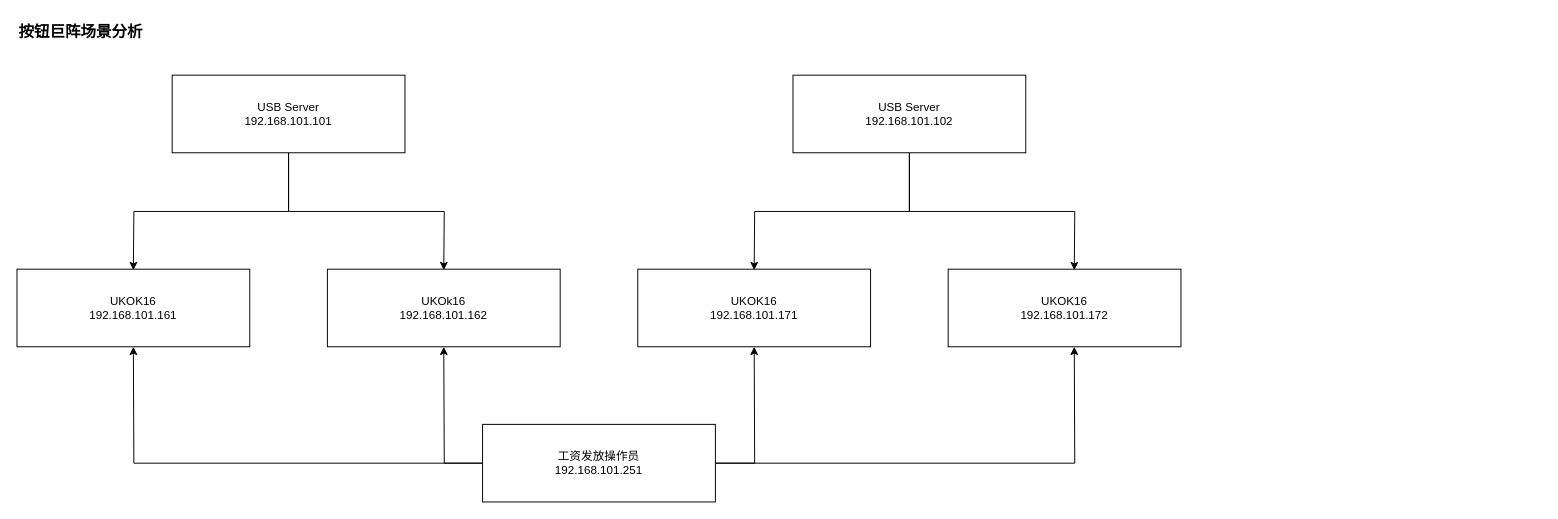
Above: src/main/work/cdjh/20230821140700.drawio in ab-doc/draw.io (draw.io), before the change. Source tidied: cells renumbered, new cells numbered last; positions are measured from the earlier drawing's top-left corner, leaving out a move shared by most shapes. Both pictures are drawn from the tidied source at 97%, with x=0, y=0 at pixel (16, 16).
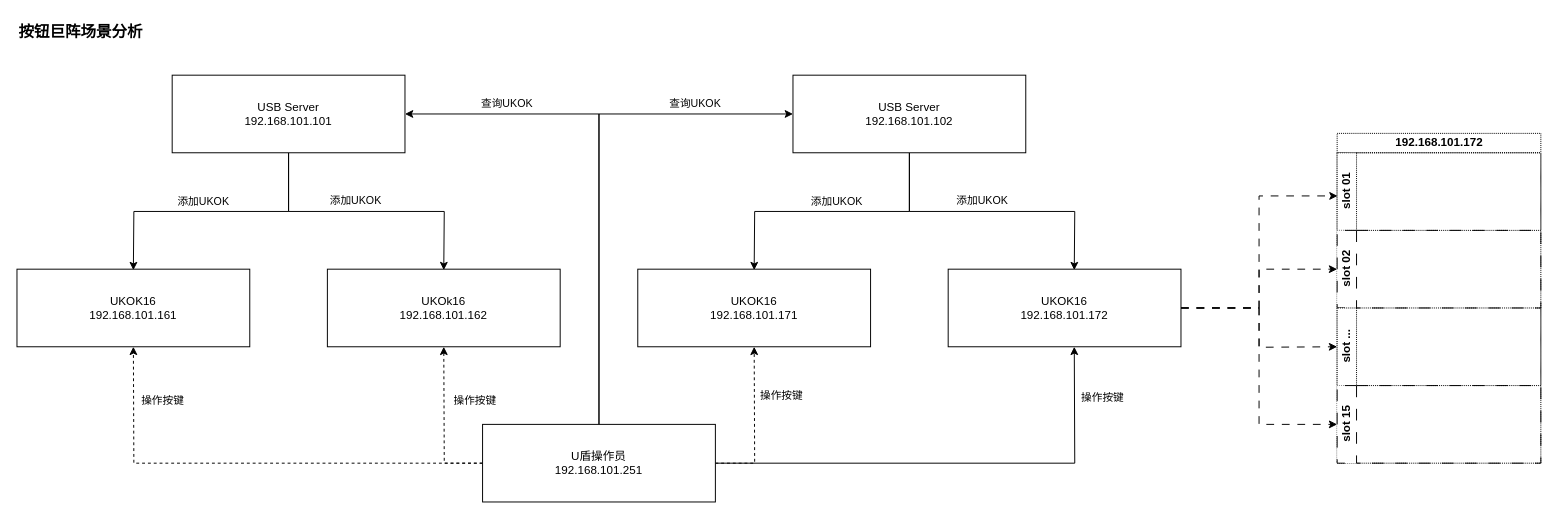
After the change.

The change refers to these unchanged cells:
```xml
<mxCell id="5" style="edgeStyle=orthogonalEdgeStyle;rounded=0;jettySize=auto;html=1;exitX=0.5;exitY=1;exitDx=0;exitDy=0;" parent="1" edge="1" source="7">
  <mxGeometry relative="1" as="geometry">
    <mxPoint x="120" y="261" as="targetPoint" />
  </mxGeometry>
</mxCell>
<mxCell id="7" value="USB Server&lt;br&gt;192.168.101.101" style="rounded=0;whiteSpace=wrap;html=1;" parent="1" vertex="1">
  <mxGeometry x="160" y="60" width="240" height="80" as="geometry" />
</mxCell>
<mxCell id="11" style="edgeStyle=orthogonalEdgeStyle;rounded=0;jettySize=auto;html=1;" parent="1" edge="1" source="12">
  <mxGeometry relative="1" as="geometry">
    <mxPoint x="1090" y="340" as="targetPoint" />
  </mxGeometry>
</mxCell>
<mxCell id="13" style="edgeStyle=orthogonalEdgeStyle;rounded=0;jettySize=auto;html=1;exitX=0.5;exitY=1;exitDx=0;exitDy=0;" parent="1" edge="1" source="15">
  <mxGeometry relative="1" as="geometry">
    <mxPoint x="1090" y="261" as="targetPoint" />
  </mxGeometry>
</mxCell>
<mxCell id="14" style="edgeStyle=orthogonalEdgeStyle;rounded=0;jettySize=auto;html=1;exitX=0.5;exitY=1;exitDx=0;exitDy=0;" parent="1" edge="1" source="15">
  <mxGeometry relative="1" as="geometry">
    <mxPoint x="760" y="261" as="targetPoint" />
  </mxGeometry>
</mxCell>
<mxCell id="16" value="UKOK16&lt;br&gt;192.168.101.172" style="rounded=0;whiteSpace=wrap;html=1;" parent="1" vertex="1">
  <mxGeometry x="960" y="260" width="240" height="80" as="geometry" />
</mxCell>
```

The edit, as a diff of the source:
```diff
@@
+    <mxCell id="18" value="添加UKOK" style="edgeLabel;html=1;align=center;verticalAlign=middle;" parent="5" vertex="1">
+      <mxGeometry x="0.06" relative="1" as="geometry">
+        <mxPoint y="-11" as="offset" />
+      </mxGeometry>
+    </mxCell>
-    <mxCell id="6" style="edgeStyle=orthogonalEdgeStyle;rounded=0;jettySize=auto;html=1;exitX=0.5;exitY=1;exitDx=0;exitDy=0;" parent="1" edge="1" source="7">
+    <mxCell id="6" style="edgeStyle=orthogonalEdgeStyle;rounded=0;jettySize=auto;html=1;exitX=0.5;exitY=1;exitDx=0;exitDy=0;strokeColor=#000000;" parent="1" edge="1" source="7">
       <mxGeometry relative="1" as="geometry">
         <mxPoint x="440" y="261" as="targetPoint" />
       </mxGeometry>
     </mxCell>
+    <mxCell id="19" value="添加UKOK" style="edgeLabel;html=1;align=center;verticalAlign=middle;" parent="6" vertex="1">
+      <mxGeometry x="-0.08" y="-2" relative="1" as="geometry">
+        <mxPoint y="-14" as="offset" />
+      </mxGeometry>
+    </mxCell>
@@
-    <mxCell id="8" style="edgeStyle=orthogonalEdgeStyle;rounded=0;jettySize=auto;html=1;" parent="1" edge="1" source="12">
+    <mxCell id="8" style="edgeStyle=orthogonalEdgeStyle;rounded=0;jettySize=auto;html=1;dashed=1;" parent="1" edge="1" source="12">
       <mxGeometry relative="1" as="geometry">
         <mxPoint x="120" y="340" as="targetPoint" />
       </mxGeometry>
     </mxCell>
+    <mxCell id="20" value="操作按键" style="edgeLabel;html=1;align=center;verticalAlign=middle;" parent="8" vertex="1">
+      <mxGeometry x="0.77" relative="1" as="geometry">
+        <mxPoint x="29" as="offset" />
+      </mxGeometry>
+    </mxCell>
-    <mxCell id="9" style="edgeStyle=orthogonalEdgeStyle;rounded=0;jettySize=auto;html=1;" parent="1" edge="1" source="12">
+    <mxCell id="9" style="edgeStyle=orthogonalEdgeStyle;rounded=0;jettySize=auto;html=1;dashed=1;" parent="1" edge="1" source="12">
       <mxGeometry relative="1" as="geometry">
         <mxPoint x="440" y="340" as="targetPoint" />
       </mxGeometry>
     </mxCell>
+    <mxCell id="21" value="操作按键" style="edgeLabel;html=1;align=center;verticalAlign=middle;" parent="9" vertex="1">
+      <mxGeometry x="0.39" y="1" relative="1" as="geometry">
+        <mxPoint x="32" y="6" as="offset" />
+      </mxGeometry>
+    </mxCell>
-    <mxCell id="10" style="edgeStyle=orthogonalEdgeStyle;rounded=0;jettySize=auto;html=1;" parent="1" edge="1" source="12">
+    <mxCell id="10" style="edgeStyle=orthogonalEdgeStyle;rounded=0;jettySize=auto;html=1;dashed=1;" parent="1" edge="1" source="12">
       <mxGeometry relative="1" as="geometry">
         <mxPoint x="760" y="340" as="targetPoint" />
       </mxGeometry>
     </mxCell>
+    <mxCell id="22" value="操作按键" style="edgeLabel;html=1;align=center;verticalAlign=middle;" parent="10" vertex="1">
+      <mxGeometry x="0.49" y="-2" relative="1" as="geometry">
+        <mxPoint x="25" y="9" as="offset" />
+      </mxGeometry>
+    </mxCell>
@@
+    <mxCell id="23" value="操作按键" style="edgeLabel;html=1;align=center;verticalAlign=middle;" parent="11" vertex="1">
+      <mxGeometry x="0.79" y="-3" relative="1" as="geometry">
+        <mxPoint x="25" as="offset" />
+      </mxGeometry>
+    </mxCell>
+    <mxCell id="24" style="edgeStyle=orthogonalEdgeStyle;rounded=0;jettySize=auto;html=1;entryX=1;entryY=0.5;entryDx=0;entryDy=0;" parent="1" edge="1" source="12">
+      <mxGeometry relative="1" as="geometry">
+        <mxPoint x="400" y="100" as="targetPoint" />
+        <Array as="points">
+          <mxPoint x="600" y="100" />
+        </Array>
+      </mxGeometry>
+    </mxCell>
+    <mxCell id="25" value="查询UKOK" style="edgeLabel;html=1;align=center;verticalAlign=middle;" parent="24" vertex="1">
+      <mxGeometry x="0.6" y="2" relative="1" as="geometry">
+        <mxPoint y="-14" as="offset" />
+      </mxGeometry>
+    </mxCell>
+    <mxCell id="26" style="edgeStyle=orthogonalEdgeStyle;rounded=0;orthogonalLoop=1;jettySize=auto;html=1;entryX=0;entryY=0.5;entryDx=0;entryDy=0;" parent="1" edge="1">
+      <mxGeometry relative="1" as="geometry">
+        <mxPoint x="600" y="421" as="sourcePoint" />
+        <mxPoint x="800" y="100" as="targetPoint" />
+        <Array as="points">
+          <mxPoint x="600" y="100" />
+        </Array>
+      </mxGeometry>
+    </mxCell>
+    <mxCell id="27" value="查询UKOK" style="edgeLabel;html=1;align=center;verticalAlign=middle;" parent="26" vertex="1">
+      <mxGeometry x="0.61" relative="1" as="geometry">
+        <mxPoint y="-12" as="offset" />
+      </mxGeometry>
+    </mxCell>
-    <mxCell id="12" value="工资发放操作员&lt;br&gt;192.168.101.251" style="rounded=0;whiteSpace=wrap;html=1;" parent="1" vertex="1">
+    <mxCell id="12" value="U盾操作员&lt;br&gt;192.168.101.251" style="rounded=0;whiteSpace=wrap;html=1;" parent="1" vertex="1">
       <mxGeometry x="480" y="420" width="240" height="80" as="geometry" />
     </mxCell>
@@
+    <mxCell id="28" value="添加UKOK" style="edgeLabel;html=1;align=center;verticalAlign=middle;" parent="13" vertex="1">
+      <mxGeometry x="-0.08" y="-2" relative="1" as="geometry">
+        <mxPoint x="1" y="-14" as="offset" />
+      </mxGeometry>
+    </mxCell>
@@
+    <mxCell id="29" value="添加UKOK" style="edgeLabel;html=1;align=center;verticalAlign=middle;" parent="14" vertex="1">
+      <mxGeometry x="-0.02" relative="1" as="geometry">
+        <mxPoint x="1" y="-11" as="offset" />
+      </mxGeometry>
+    </mxCell>
@@
+    <mxCell id="30" style="edgeStyle=orthogonalEdgeStyle;rounded=0;jettySize=auto;html=1;entryX=0;entryY=0.5;entryDx=0;entryDy=0;dashed=1;dashPattern=8 8;" parent="1" edge="1" source="16" target="36">
+      <mxGeometry relative="1" as="geometry" />
+    </mxCell>
+    <mxCell id="31" style="edgeStyle=orthogonalEdgeStyle;rounded=0;jettySize=auto;html=1;dashed=1;dashPattern=8 8;" parent="1" edge="1" source="16">
+      <mxGeometry relative="1" as="geometry">
+        <mxPoint x="1361" y="340" as="targetPoint" />
+      </mxGeometry>
+    </mxCell>
+    <mxCell id="32" style="edgeStyle=orthogonalEdgeStyle;rounded=0;jettySize=auto;html=1;entryX=0.002;entryY=0.556;entryDx=0;entryDy=0;entryPerimeter=0;dashed=1;dashPattern=8 8;" parent="1" edge="1" source="16" target="35">
+      <mxGeometry relative="1" as="geometry" />
+    </mxCell>
+    <mxCell id="33" style="edgeStyle=orthogonalEdgeStyle;rounded=0;jettySize=auto;html=1;entryX=0;entryY=0.5;entryDx=0;entryDy=0;dashed=1;dashPattern=8 8;" parent="1" edge="1" source="16" target="38">
+      <mxGeometry relative="1" as="geometry" />
+    </mxCell>
@@
+    <mxCell id="34" value="192.168.101.172" style="swimlane;horizontal=1;startSize=20;html=1;dashed=1;dashPattern=1 1;" parent="1" vertex="1">
+      <mxGeometry x="1361" y="120" width="210" height="340" as="geometry" />
+    </mxCell>
+    <mxCell id="35" value="slot 01" style="swimlane;startSize=20;horizontal=0;html=1;dashed=1;dashPattern=1 1;" parent="34" vertex="1">
+      <mxGeometry y="20" width="210" height="80" as="geometry" />
+    </mxCell>
+    <mxCell id="36" value="slot 02" style="swimlane;startSize=20;horizontal=0;html=1;dashed=1;dashPattern=12 12;" parent="34" vertex="1">
+      <mxGeometry y="100" width="210" height="80" as="geometry" />
+    </mxCell>
+    <mxCell id="37" value="slot ..." style="swimlane;startSize=20;horizontal=0;html=1;dashed=1;dashPattern=1 1;" parent="34" vertex="1">
+      <mxGeometry y="180" width="210" height="80" as="geometry" />
+    </mxCell>
+    <mxCell id="38" value="slot 15" style="swimlane;startSize=20;horizontal=0;html=1;dashed=1;dashPattern=12 12;" parent="34" vertex="1">
+      <mxGeometry y="260" width="210" height="80" as="geometry" />
+    </mxCell>
```
